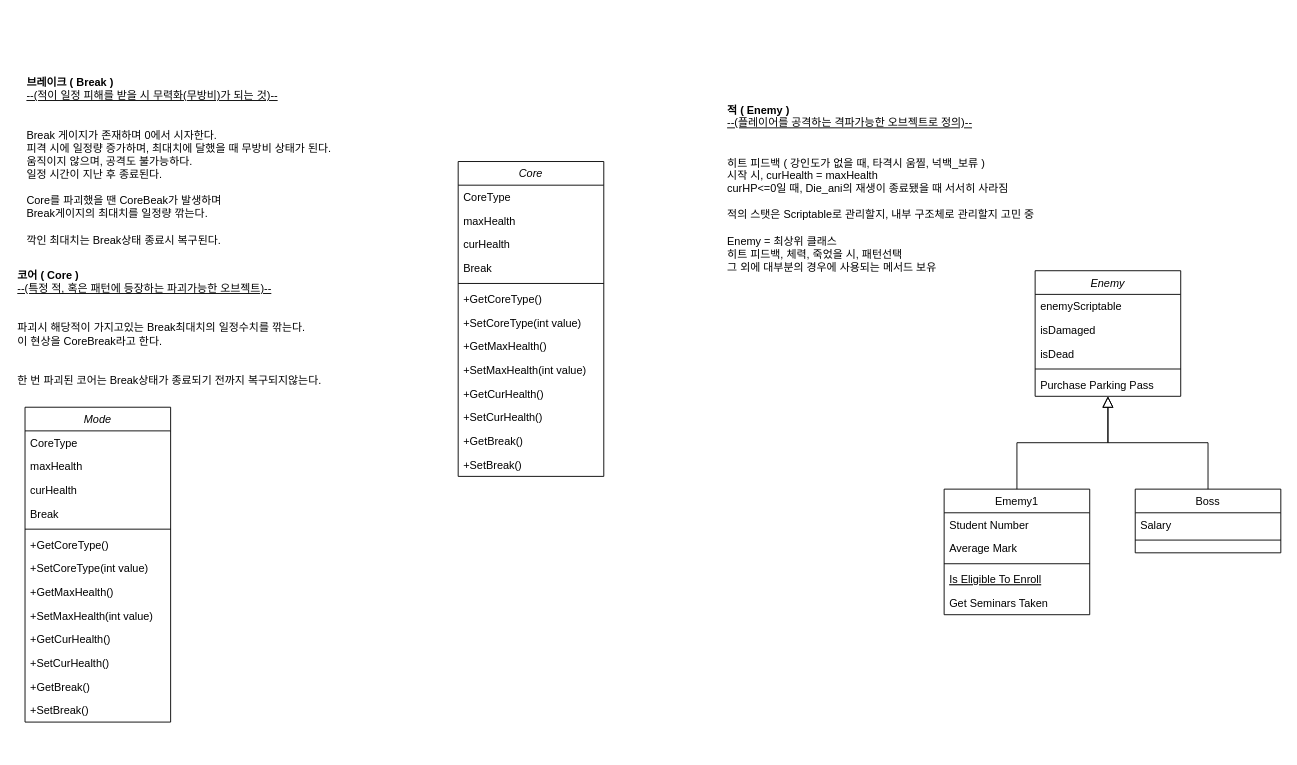
This is Capstone_Monster.drawio from hu4nana/ClassIdeas, a draw.io file, before an edit. Source tidied: cells renumbered, new cells numbered last; positions are measured from the earlier drawing's top-left corner, leaving out a move shared by most shapes. Both pictures are drawn from the tidied source at 91%, with x=0, y=0 at pixel (15, 15).
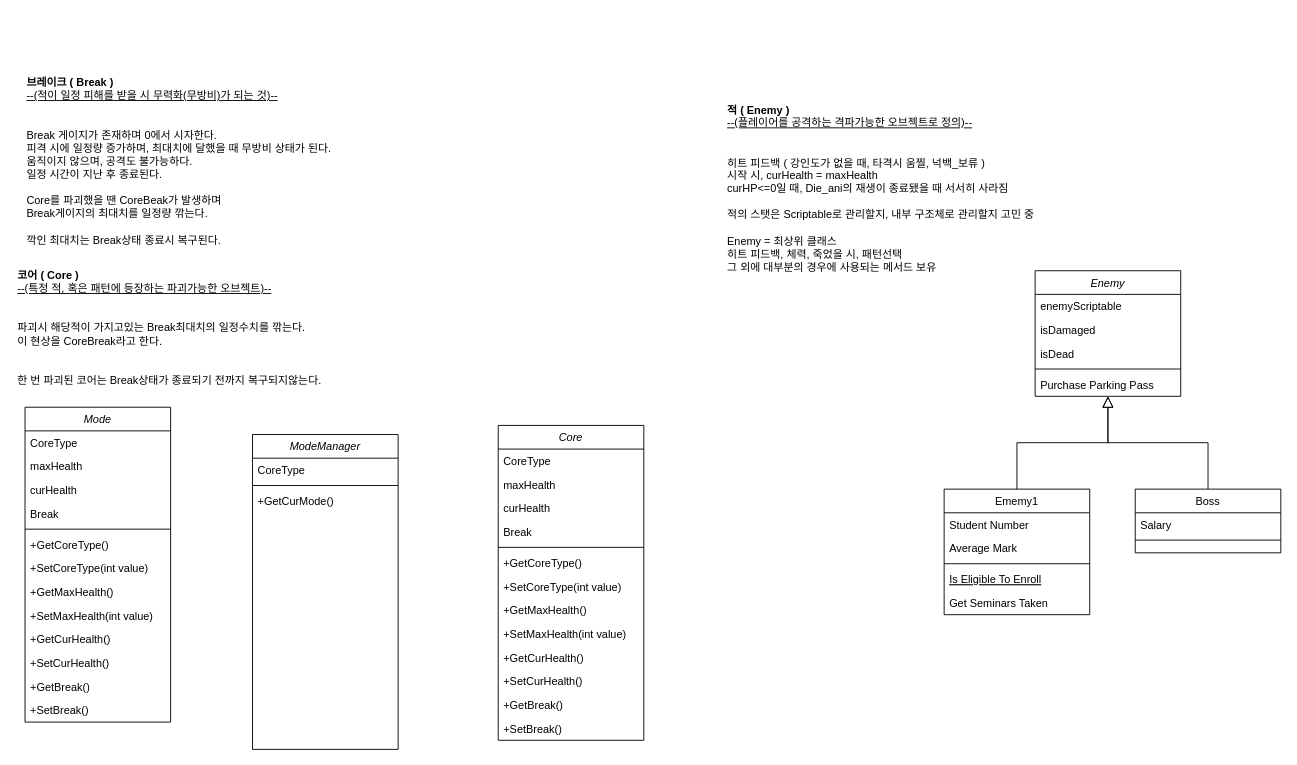
Above is the later version.

The edit, as a diff of the source:
```diff
@@
     <mxCell id="20" value="Core" style="swimlane;fontStyle=2;align=center;verticalAlign=top;horizontal=1;startSize=26;rounded=0;shadow=0;strokeWidth=1;" parent="1" vertex="1">
-      <mxGeometry x="486" y="160" width="160" height="346" as="geometry" />
+      <mxGeometry x="530" y="450" width="160" height="346" as="geometry" />
     </mxCell>
@@
+    <mxCell id="50" value="ModeManager" style="swimlane;fontStyle=2;align=center;verticalAlign=top;horizontal=1;startSize=26;rounded=0;shadow=0;strokeWidth=1;" parent="1" vertex="1">
+      <mxGeometry x="260" y="460" width="160" height="346" as="geometry" />
+    </mxCell>
+    <mxCell id="51" value="CoreType" style="text;align=left;verticalAlign=top;spacingLeft=4;spacingRight=4;overflow=hidden;" parent="50" vertex="1">
+      <mxGeometry y="26" width="160" height="26" as="geometry" />
+    </mxCell>
+    <mxCell id="52" style="line;html=1;strokeWidth=1;align=left;verticalAlign=middle;spacingTop=-1;spacingLeft=3;spacingRight=3;labelPosition=right;" parent="50" vertex="1">
+      <mxGeometry y="52" width="160" height="8" as="geometry" />
+    </mxCell>
+    <mxCell id="53" value="+GetCurMode()" style="text;align=left;verticalAlign=top;spacingLeft=4;spacingRight=4;overflow=hidden;" parent="50" vertex="1">
+      <mxGeometry y="60" width="160" height="26" as="geometry" />
+    </mxCell>
```
